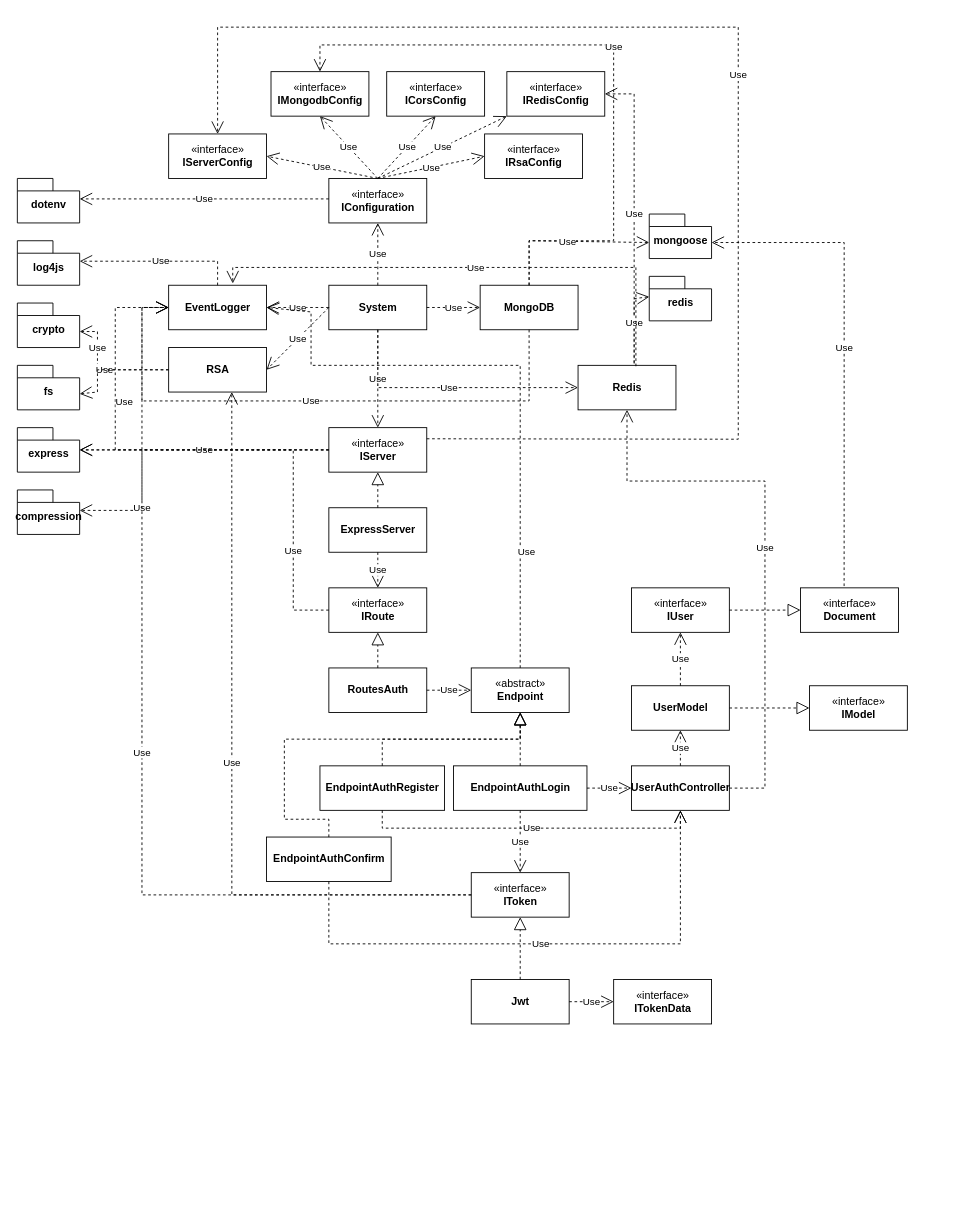
syr0s/todo-backend keeps this draw.io diagram as api-docs/draw.io/architecture.drawio. Above is the earlier version. Source tidied: cells renumbered, new cells numbered last; positions are measured from the earlier drawing's top-left corner, leaving out a move shared by most shapes. Both pictures are drawn from the tidied source at 89%, with x=0, y=0 at pixel (17, 27).
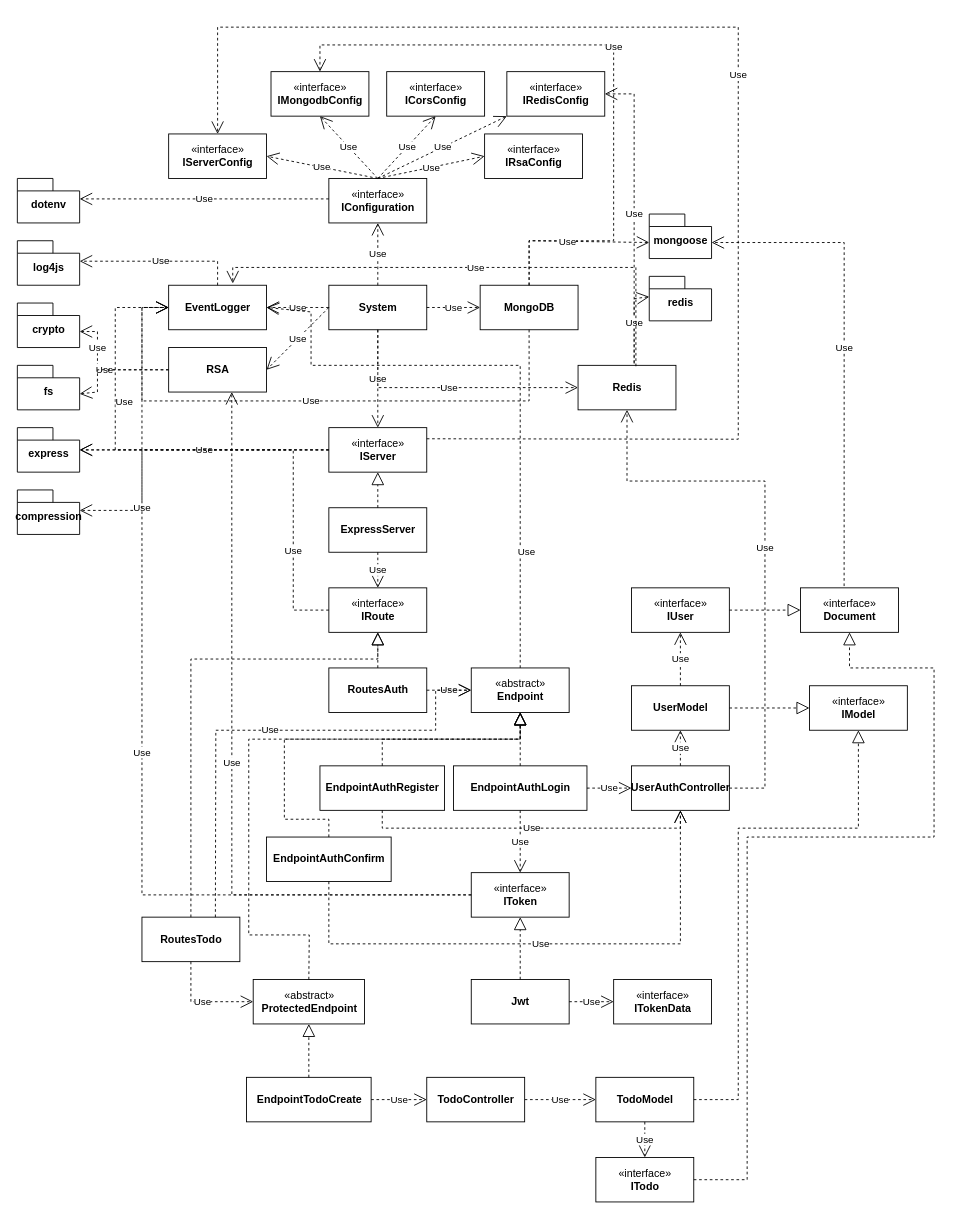
The same page after the edit.

Unchanged cells that the change refers to:
```xml
<mxCell id="40" value="«interface»&lt;br&gt;&lt;b&gt;IRoute&lt;/b&gt;" style="html=1;" parent="1" vertex="1">
  <mxGeometry x="350" y="630" width="110" height="50" as="geometry" />
</mxCell>
<mxCell id="46" value="«abstract»&lt;br&gt;&lt;b&gt;Endpoint&lt;/b&gt;" style="html=1;" parent="1" vertex="1">
  <mxGeometry x="510" y="720" width="110" height="50" as="geometry" />
</mxCell>
<mxCell id="59" value="«interface»&lt;br&gt;&lt;b&gt;Document&lt;/b&gt;" style="html=1;" parent="1" vertex="1">
  <mxGeometry x="880" y="630" width="110" height="50" as="geometry" />
</mxCell>
<mxCell id="83" value="«interface»&lt;br&gt;&lt;b&gt;IModel&lt;/b&gt;" style="html=1;" parent="1" vertex="1">
  <mxGeometry x="890" y="740" width="110" height="50" as="geometry" />
</mxCell>
```

Change to the diagram source:
```diff
@@
+    <mxCell id="85" value="RoutesTodo" style="html=1;fontStyle=1;" parent="1" vertex="1">
+      <mxGeometry x="140" y="1000" width="110" height="50" as="geometry" />
+    </mxCell>
+    <mxCell id="86" style="endArrow=block;dashed=1;endFill=0;endSize=12;html=1;rounded=0;exitX=0.5;exitY=0;exitDx=0;exitDy=0;entryX=0.5;entryY=1;entryDx=0;entryDy=0;" parent="1" edge="1" source="85" target="40">
+      <mxGeometry relative="1" as="geometry">
+        <Array as="points">
+          <mxPoint x="195" y="710" />
+          <mxPoint x="405" y="710" />
+        </Array>
+      </mxGeometry>
+    </mxCell>
+    <mxCell id="87" value="Use" style="endArrow=open;endSize=12;dashed=1;html=1;rounded=0;exitX=0.75;exitY=0;exitDx=0;exitDy=0;entryX=0;entryY=0.5;entryDx=0;entryDy=0;" parent="1" edge="1" source="85" target="46">
+      <mxGeometry relative="1" as="geometry">
+        <Array as="points">
+          <mxPoint x="223" y="790" />
+          <mxPoint x="470" y="790" />
+          <mxPoint x="470" y="745" />
+        </Array>
+      </mxGeometry>
+    </mxCell>
+    <mxCell id="88" value="EndpointTodoCreate" style="html=1;fontStyle=1;" parent="1" vertex="1">
+      <mxGeometry x="257.5" y="1180" width="140" height="50" as="geometry" />
+    </mxCell>
+    <mxCell id="89" value="«abstract»&lt;br&gt;&lt;b&gt;ProtectedEndpoint&lt;/b&gt;" style="html=1;" parent="1" vertex="1">
+      <mxGeometry x="265" y="1070" width="125" height="50" as="geometry" />
+    </mxCell>
+    <mxCell id="90" style="endArrow=block;dashed=1;endFill=0;endSize=12;html=1;rounded=0;exitX=0.5;exitY=0;exitDx=0;exitDy=0;entryX=0.5;entryY=1;entryDx=0;entryDy=0;" parent="1" edge="1" source="89" target="46">
+      <mxGeometry relative="1" as="geometry">
+        <Array as="points">
+          <mxPoint x="328" y="1020" />
+          <mxPoint x="260" y="1020" />
+          <mxPoint x="260" y="800" />
+          <mxPoint x="565" y="800" />
+        </Array>
+      </mxGeometry>
+    </mxCell>
+    <mxCell id="91" style="endArrow=block;dashed=1;endFill=0;endSize=12;html=1;rounded=0;exitX=0.5;exitY=0;exitDx=0;exitDy=0;entryX=0.5;entryY=1;entryDx=0;entryDy=0;" parent="1" edge="1" source="88" target="89">
+      <mxGeometry relative="1" as="geometry" />
+    </mxCell>
+    <mxCell id="92" value="Use" style="endArrow=open;endSize=12;dashed=1;html=1;rounded=0;exitX=0.5;exitY=1;exitDx=0;exitDy=0;entryX=0;entryY=0.5;entryDx=0;entryDy=0;" parent="1" edge="1" source="85" target="89">
+      <mxGeometry relative="1" as="geometry">
+        <Array as="points">
+          <mxPoint x="195" y="1095" />
+        </Array>
+      </mxGeometry>
+    </mxCell>
+    <mxCell id="93" value="TodoModel" style="html=1;fontStyle=1;" parent="1" vertex="1">
+      <mxGeometry x="650" y="1180" width="110" height="50" as="geometry" />
+    </mxCell>
+    <mxCell id="94" style="endArrow=block;dashed=1;endFill=0;endSize=12;html=1;rounded=0;exitX=1;exitY=0.5;exitDx=0;exitDy=0;entryX=0.5;entryY=1;entryDx=0;entryDy=0;" parent="1" edge="1" source="93" target="83">
+      <mxGeometry relative="1" as="geometry">
+        <Array as="points">
+          <mxPoint x="810" y="1205" />
+          <mxPoint x="810" y="900" />
+          <mxPoint x="945" y="900" />
+        </Array>
+      </mxGeometry>
+    </mxCell>
+    <mxCell id="95" value="Use" style="endArrow=open;endSize=12;dashed=1;html=1;rounded=0;exitX=1;exitY=0.5;exitDx=0;exitDy=0;entryX=0;entryY=0.5;entryDx=0;entryDy=0;" parent="1" edge="1" source="96" target="93">
+      <mxGeometry relative="1" as="geometry" />
+    </mxCell>
+    <mxCell id="96" value="TodoController" style="html=1;fontStyle=1;" parent="1" vertex="1">
+      <mxGeometry x="460" y="1180" width="110" height="50" as="geometry" />
+    </mxCell>
+    <mxCell id="97" value="Use" style="endArrow=open;endSize=12;dashed=1;html=1;rounded=0;exitX=1;exitY=0.5;exitDx=0;exitDy=0;entryX=0;entryY=0.5;entryDx=0;entryDy=0;" parent="1" edge="1" source="88" target="96">
+      <mxGeometry relative="1" as="geometry" />
+    </mxCell>
+    <mxCell id="98" value="«interface»&lt;br&gt;&lt;b&gt;ITodo&lt;/b&gt;" style="html=1;" parent="1" vertex="1">
+      <mxGeometry x="650" y="1270" width="110" height="50" as="geometry" />
+    </mxCell>
+    <mxCell id="99" value="Use" style="endArrow=open;endSize=12;dashed=1;html=1;rounded=0;exitX=0.5;exitY=1;exitDx=0;exitDy=0;entryX=0.5;entryY=0;entryDx=0;entryDy=0;" parent="1" edge="1" source="93" target="98">
+      <mxGeometry relative="1" as="geometry" />
+    </mxCell>
+    <mxCell id="100" style="endArrow=block;dashed=1;endFill=0;endSize=12;html=1;rounded=0;exitX=1;exitY=0.5;exitDx=0;exitDy=0;entryX=0.5;entryY=1;entryDx=0;entryDy=0;" parent="1" edge="1" source="98" target="59">
+      <mxGeometry relative="1" as="geometry">
+        <Array as="points">
+          <mxPoint x="820" y="1295" />
+          <mxPoint x="820" y="910" />
+          <mxPoint x="1030" y="910" />
+          <mxPoint x="1030" y="720" />
+          <mxPoint x="935" y="720" />
+        </Array>
+      </mxGeometry>
+    </mxCell>
```
